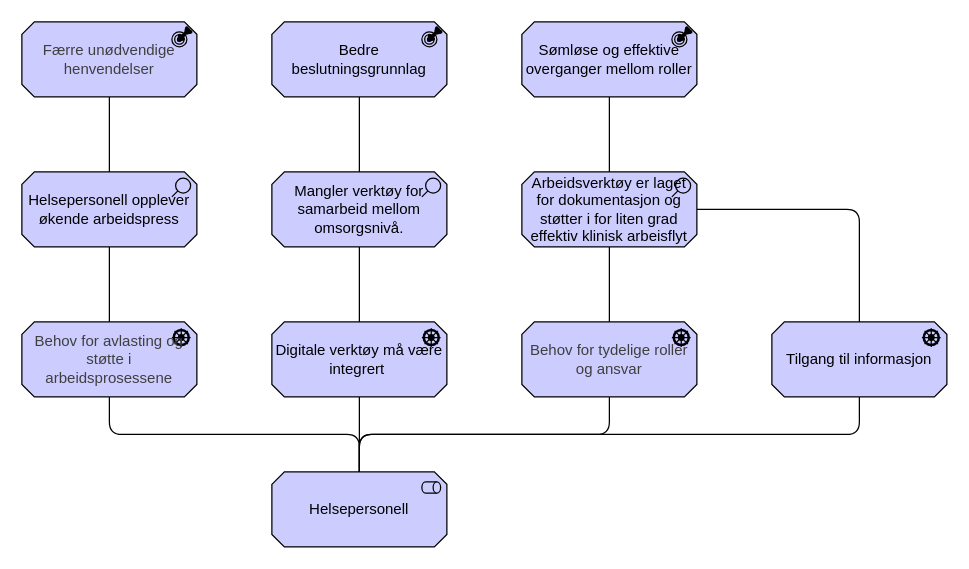
This is page "helsepersonell-concern" (3 of 5) of docs/interessent/motivasjon-interessent.drawio from hdir/Digital-Forstelinje, a draw.io file, before an edit. Source tidied: cells renumbered, new cells numbered last; positions are measured from the earlier drawing's top-left corner, leaving out a move shared by most shapes. Both pictures are drawn from the tidied source at 125%, with x=0, y=0 at pixel (21, 21).
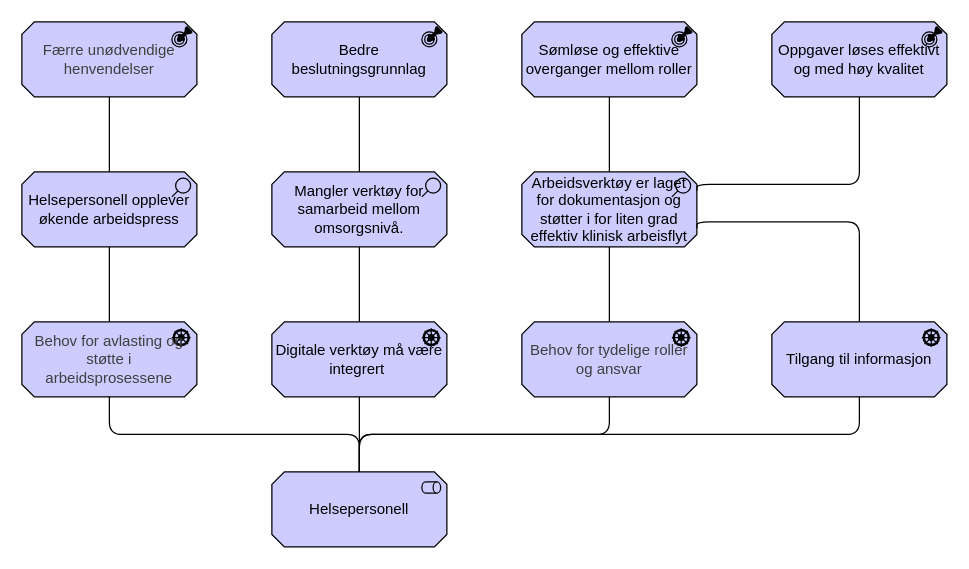
The same page after the edit.

The change refers to these unchanged cells:
```xml
<mxCell id="6" value="Arbeidsverktøy er laget for dokumentasjon og støtter i for liten grad effektiv klinisk arbeisflyt" style="html=1;outlineConnect=0;whiteSpace=wrap;fillColor=#CCCCFF;shape=mxgraph.archimate3.application;appType=assess;archiType=oct;" parent="1" vertex="1">
  <mxGeometry x="400" y="120" width="140" height="60" as="geometry" />
</mxCell>
<mxCell id="21" value="&lt;font face=&quot;Helvetica&quot; style=&quot;font-size: 12px;&quot;&gt;Tilgang til informasjon&lt;/font&gt;" style="html=1;outlineConnect=0;whiteSpace=wrap;fillColor=#CCCCFF;shape=mxgraph.archimate3.application;appType=driver;archiType=oct;" parent="1" vertex="1">
  <mxGeometry x="600" y="240" width="140" height="60" as="geometry" />
</mxCell>
```

Change to the diagram source:
```diff
@@
-    <mxCell id="23" style="edgeStyle=elbowEdgeStyle;html=1;endArrow=none;elbow=vertical;exitX=0.5;exitY=0;exitDx=0;exitDy=0;exitPerimeter=0;entryX=1;entryY=0.5;entryDx=0;entryDy=0;entryPerimeter=0;" parent="1" edge="1" source="21" target="6">
+    <mxCell id="23" style="edgeStyle=elbowEdgeStyle;html=1;endArrow=none;elbow=vertical;exitX=0.5;exitY=0;exitDx=0;exitDy=0;exitPerimeter=0;entryX=1;entryY=0.75;entryDx=0;entryDy=0;entryPerimeter=0;" parent="1" edge="1" source="21" target="6">
       <mxGeometry relative="1" as="geometry">
         <Array as="points">
-          <mxPoint x="610" y="150" />
+          <mxPoint x="610" y="160" />
         </Array>
       </mxGeometry>
     </mxCell>
+    <mxCell id="24" value="Oppgaver løses effektivt og med høy kvalitet" style="html=1;outlineConnect=0;whiteSpace=wrap;fillColor=#CCCCFF;shape=mxgraph.archimate3.application;appType=outcome;archiType=oct;" parent="1" vertex="1">
+      <mxGeometry x="600" width="140" height="60" as="geometry" />
+    </mxCell>
+    <mxCell id="25" style="edgeStyle=elbowEdgeStyle;html=1;endArrow=none;elbow=vertical;exitX=0.5;exitY=1;exitDx=0;exitDy=0;exitPerimeter=0;entryX=1;entryY=0.25;entryDx=0;entryDy=0;entryPerimeter=0;" parent="1" edge="1" source="24" target="6">
+      <mxGeometry relative="1" as="geometry">
+        <Array as="points">
+          <mxPoint x="610" y="130" />
+        </Array>
+      </mxGeometry>
+    </mxCell>
```
